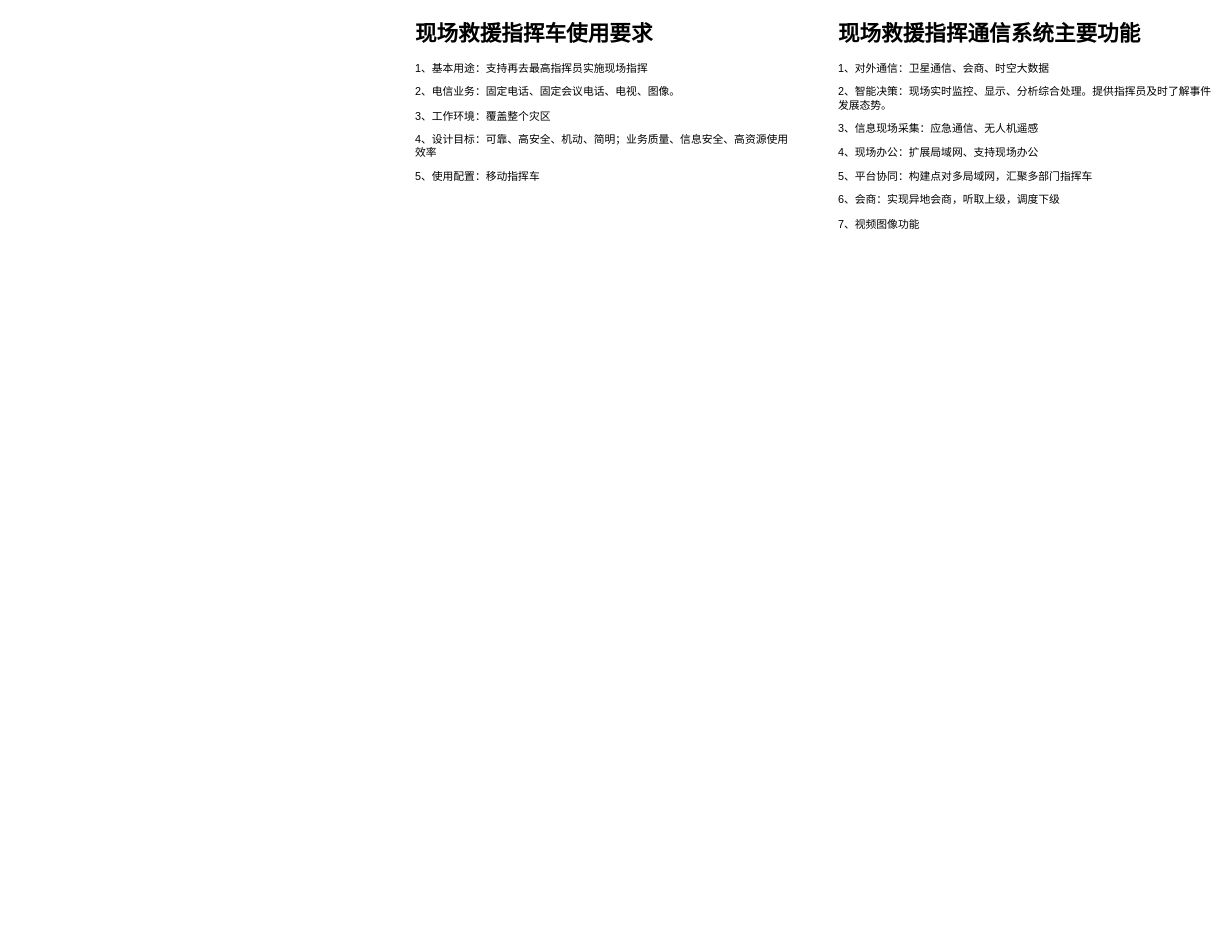
Earlier version of the draw.io diagram 西格玛指挥车架构图.drawio (gaochaowyq/MinderGraph). Source tidied: cells renumbered, new cells numbered last; positions are measured from the earlier drawing's top-left corner, leaving out a move shared by most shapes. Both pictures are drawn from the tidied source at 90%, with x=0, y=0 at pixel (413, 15).
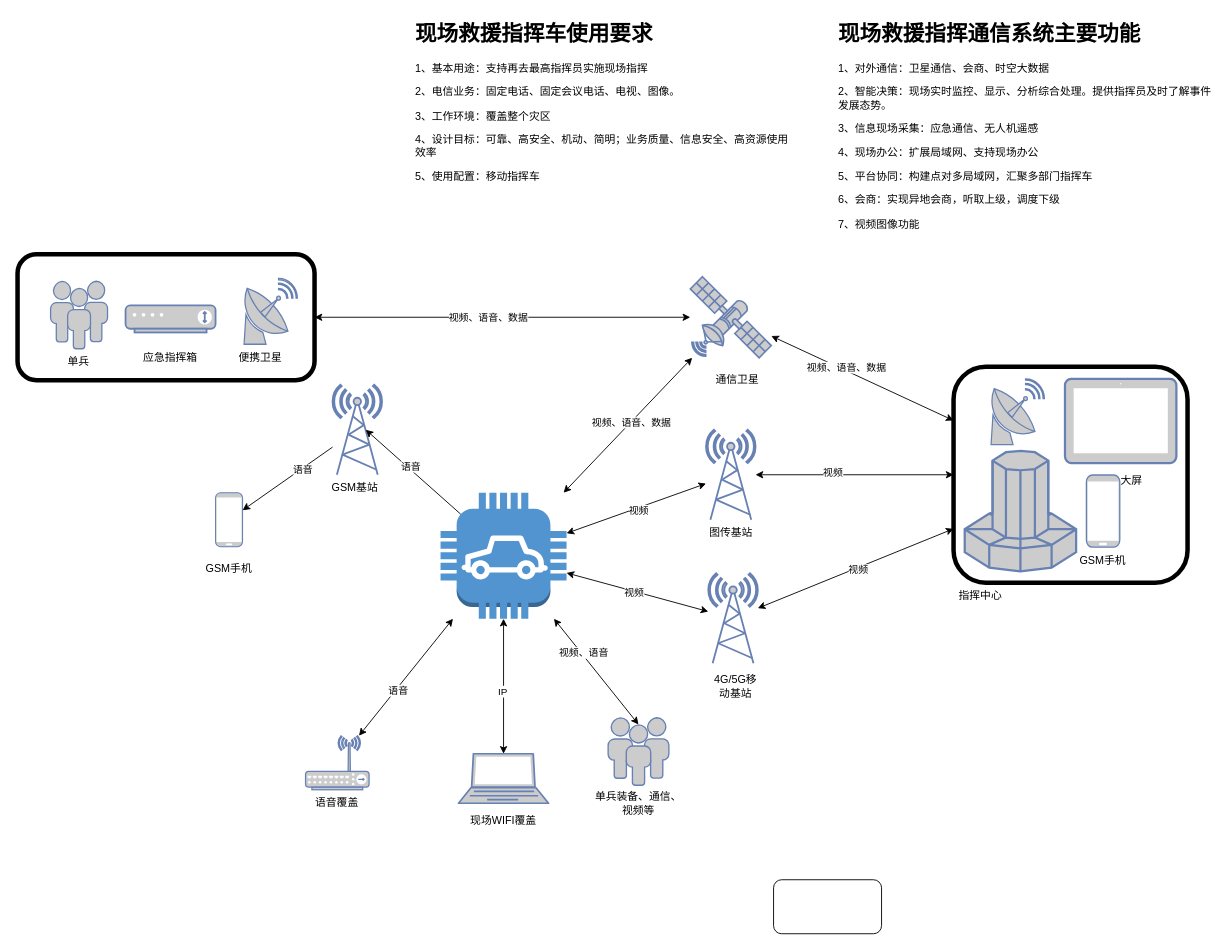
Above is the later version.

Commit message (it also covers changes not shown here):
更新西格玛指挥车架构图.drawio

Diff of the diagram source:
```diff
@@
+    <mxCell id="4" style="rounded=0;jettySize=auto;html=1;startArrow=classic;startFill=1;" parent="1" edge="1" source="12" target="23">
+      <mxGeometry relative="1" as="geometry" />
+    </mxCell>
+    <mxCell id="5" value="视频、语音、数据" style="edgeLabel;html=1;align=center;verticalAlign=middle;" parent="4" vertex="1">
+      <mxGeometry x="0.05" relative="1" as="geometry" />
+    </mxCell>
+    <mxCell id="6" style="rounded=0;jettySize=auto;html=1;startArrow=classic;startFill=1;" parent="1" edge="1" source="12" target="26">
+      <mxGeometry relative="1" as="geometry" />
+    </mxCell>
+    <mxCell id="7" value="视频" style="edgeLabel;html=1;align=center;verticalAlign=middle;" parent="6" vertex="1">
+      <mxGeometry x="0.01" y="-2" relative="1" as="geometry">
+        <mxPoint x="1" as="offset" />
+      </mxGeometry>
+    </mxCell>
+    <mxCell id="8" style="rounded=0;jettySize=auto;html=1;startArrow=classic;startFill=1;" parent="1" edge="1" source="12" target="32">
+      <mxGeometry relative="1" as="geometry" />
+    </mxCell>
+    <mxCell id="9" value="视频" style="edgeLabel;html=1;align=center;verticalAlign=middle;" parent="8" vertex="1">
+      <mxGeometry x="-0.03" y="-1" relative="1" as="geometry">
+        <mxPoint x="-1" as="offset" />
+      </mxGeometry>
+    </mxCell>
+    <mxCell id="10" style="rounded=0;jettySize=auto;html=1;startArrow=classic;startFill=1;" parent="1" edge="1" source="12" target="41">
+      <mxGeometry relative="1" as="geometry" />
+    </mxCell>
+    <mxCell id="11" value="语音" style="edgeLabel;html=1;align=center;verticalAlign=middle;" parent="10" vertex="1">
+      <mxGeometry x="0.2" y="2" relative="1" as="geometry" />
+    </mxCell>
+    <mxCell id="12" style="outlineConnect=0;dashed=0;verticalLabelPosition=bottom;verticalAlign=top;align=center;html=1;shape=mxgraph.aws3.car;fillColor=#5294CF;gradientColor=none;" parent="1" vertex="1">
+      <mxGeometry x="30" y="530" width="140" height="140" as="geometry" />
+    </mxCell>
+    <mxCell id="13" style="rounded=0;jettySize=auto;html=1;" parent="1" edge="1" source="15" target="18">
+      <mxGeometry relative="1" as="geometry" />
+    </mxCell>
+    <mxCell id="14" value="语音" style="edgeLabel;html=1;align=center;verticalAlign=middle;" parent="13" vertex="1">
+      <mxGeometry x="-0.31" y="1" relative="1" as="geometry" />
+    </mxCell>
+    <mxCell id="15" style="fontColor=#0066CC;verticalAlign=top;verticalLabelPosition=bottom;labelPosition=center;align=center;html=1;outlineConnect=0;fillColor=#CCCCCC;strokeColor=#6881B3;gradientColor=none;gradientDirection=north;strokeWidth=2;shape=mxgraph.networks.radio_tower;" parent="1" vertex="1">
+      <mxGeometry x="-90" y="410" width="55" height="100" as="geometry" />
+    </mxCell>
+    <mxCell id="16" style="endArrow=classic;html=1;rounded=0;exitX=0.16;exitY=0.17;exitDx=0;exitDy=0;exitPerimeter=0;entryX=0.67;entryY=0.5;entryDx=0;entryDy=0;entryPerimeter=0;" parent="1" edge="1" source="12" target="15">
+      <mxGeometry relative="1" as="geometry" />
+    </mxCell>
+    <mxCell id="17" value="语音" style="edgeLabel;html=1;align=center;verticalAlign=middle;" parent="16" vertex="1">
+      <mxGeometry x="0.09" y="-3" relative="1" as="geometry" />
+    </mxCell>
+    <mxCell id="18" style="fontColor=#0066CC;verticalAlign=top;verticalLabelPosition=bottom;labelPosition=center;align=center;html=1;outlineConnect=0;fillColor=#CCCCCC;strokeColor=#6881B3;gradientColor=none;gradientDirection=north;strokeWidth=2;shape=mxgraph.networks.mobile;" parent="1" vertex="1">
+      <mxGeometry x="-220" y="530" width="30" height="60" as="geometry" />
+    </mxCell>
+    <mxCell id="19" value="GSM手机" style="text;html=1;align=center;verticalAlign=middle;whiteSpace=wrap;rounded=0;" parent="1" vertex="1">
+      <mxGeometry x="-235" y="600" width="60" height="30" as="geometry" />
+    </mxCell>
+    <mxCell id="20" value="GSM基站" style="text;html=1;align=center;verticalAlign=middle;whiteSpace=wrap;rounded=0;" parent="1" vertex="1">
+      <mxGeometry x="-95" y="510" width="60" height="30" as="geometry" />
+    </mxCell>
+    <mxCell id="21" style="rounded=0;jettySize=auto;html=1;startArrow=classic;startFill=1;" parent="1" edge="1" source="23" target="34">
+      <mxGeometry relative="1" as="geometry" />
+    </mxCell>
+    <mxCell id="22" value="视频、语音、数据" style="edgeLabel;html=1;align=center;verticalAlign=middle;" parent="21" vertex="1">
+      <mxGeometry x="-0.45" y="-3" relative="1" as="geometry">
+        <mxPoint x="29" y="6" as="offset" />
+      </mxGeometry>
+    </mxCell>
+    <mxCell id="23" style="fontColor=#0066CC;verticalAlign=top;verticalLabelPosition=bottom;labelPosition=center;align=center;html=1;outlineConnect=0;fillColor=#CCCCCC;strokeColor=#6881B3;gradientColor=none;gradientDirection=north;strokeWidth=2;shape=mxgraph.networks.satellite;" parent="1" vertex="1">
+      <mxGeometry x="307.5" y="290" width="90" height="90" as="geometry" />
+    </mxCell>
+    <mxCell id="24" style="rounded=0;jettySize=auto;html=1;startArrow=classic;startFill=1;entryX=0;entryY=0.5;entryDx=0;entryDy=0;" parent="1" edge="1" source="26" target="34">
+      <mxGeometry relative="1" as="geometry" />
+    </mxCell>
+    <mxCell id="25" value="视频" style="edgeLabel;html=1;align=center;verticalAlign=middle;" parent="24" vertex="1">
+      <mxGeometry x="-0.23" y="3" relative="1" as="geometry" />
+    </mxCell>
+    <mxCell id="26" style="fontColor=#0066CC;verticalAlign=top;verticalLabelPosition=bottom;labelPosition=center;align=center;html=1;outlineConnect=0;fillColor=#CCCCCC;strokeColor=#6881B3;gradientColor=none;gradientDirection=north;strokeWidth=2;shape=mxgraph.networks.radio_tower;" parent="1" vertex="1">
+      <mxGeometry x="325" y="460" width="55" height="100" as="geometry" />
+    </mxCell>
+    <mxCell id="27" value="指挥中心" style="text;html=1;align=center;verticalAlign=middle;whiteSpace=wrap;rounded=0;" parent="1" vertex="1">
+      <mxGeometry x="600" y="630" width="60" height="30" as="geometry" />
+    </mxCell>
+    <mxCell id="28" value="图传基站" style="text;html=1;align=center;verticalAlign=middle;whiteSpace=wrap;rounded=0;" parent="1" vertex="1">
+      <mxGeometry x="322.5" y="560" width="60" height="30" as="geometry" />
+    </mxCell>
+    <mxCell id="29" value="&lt;div&gt;4G/5G移动基站&lt;/div&gt;" style="text;html=1;align=center;verticalAlign=middle;whiteSpace=wrap;rounded=0;" parent="1" vertex="1">
+      <mxGeometry x="327.5" y="730" width="60" height="30" as="geometry" />
+    </mxCell>
+    <mxCell id="30" style="rounded=0;jettySize=auto;html=1;startArrow=classic;startFill=1;entryX=0;entryY=0.75;entryDx=0;entryDy=0;" parent="1" edge="1" source="32" target="34">
+      <mxGeometry relative="1" as="geometry" />
+    </mxCell>
+    <mxCell id="31" value="视频" style="edgeLabel;html=1;align=center;verticalAlign=middle;" parent="30" vertex="1">
+      <mxGeometry x="0.01" y="-2" relative="1" as="geometry" />
+    </mxCell>
+    <mxCell id="32" style="fontColor=#0066CC;verticalAlign=top;verticalLabelPosition=bottom;labelPosition=center;align=center;html=1;outlineConnect=0;fillColor=#CCCCCC;strokeColor=#6881B3;gradientColor=none;gradientDirection=north;strokeWidth=2;shape=mxgraph.networks.radio_tower;" parent="1" vertex="1">
+      <mxGeometry x="327.5" y="619.5" width="55" height="100" as="geometry" />
+    </mxCell>
+    <mxCell id="33" value="通信卫星" style="text;html=1;align=center;verticalAlign=middle;whiteSpace=wrap;rounded=0;" parent="1" vertex="1">
+      <mxGeometry x="330" y="390" width="60" height="30" as="geometry" />
+    </mxCell>
+    <mxCell id="34" style="group;fillColor=default;strokeColor=default;strokeWidth=5;rounded=1;" parent="1" vertex="1">
+      <mxGeometry x="600" y="390" width="260" height="240" as="geometry" />
+    </mxCell>
+    <mxCell id="35" style="fontColor=#0066CC;verticalAlign=top;verticalLabelPosition=bottom;labelPosition=center;align=center;html=1;fillColor=#CCCCCC;strokeColor=#6881B3;gradientColor=none;gradientDirection=north;strokeWidth=2;shape=mxgraph.networks.supercomputer;" parent="34" vertex="1">
+      <mxGeometry x="12.4" y="93.6" width="123.8" height="133.7" as="geometry" />
+    </mxCell>
+    <mxCell id="36" style="fontColor=#0066CC;verticalAlign=top;verticalLabelPosition=bottom;labelPosition=center;align=center;html=1;fillColor=#CCCCCC;strokeColor=#6881B3;gradientColor=none;gradientDirection=north;strokeWidth=2;shape=mxgraph.networks.satellite_dish;" parent="34" vertex="1">
+      <mxGeometry x="40" y="13.4" width="60.9" height="73.1" as="geometry" />
+    </mxCell>
+    <mxCell id="37" style="fontColor=#0066CC;verticalAlign=top;verticalLabelPosition=bottom;labelPosition=center;align=center;html=1;fillColor=#CCCCCC;strokeColor=#6881B3;gradientColor=none;gradientDirection=north;strokeWidth=2;shape=mxgraph.networks.tablet;" parent="34" vertex="1">
+      <mxGeometry x="123.8" y="13.4" width="123.8" height="93.6" as="geometry" />
+    </mxCell>
+    <mxCell id="38" style="fontColor=#0066CC;verticalAlign=top;verticalLabelPosition=bottom;labelPosition=center;align=center;html=1;fillColor=#CCCCCC;strokeColor=#6881B3;gradientColor=none;gradientDirection=north;strokeWidth=2;shape=mxgraph.networks.mobile;" parent="34" vertex="1">
+      <mxGeometry x="147.6" y="120.3" width="37.1" height="80.2" as="geometry" />
+    </mxCell>
+    <mxCell id="39" value="大屏" style="text;html=1;align=center;verticalAlign=middle;whiteSpace=wrap;rounded=0;" parent="34" vertex="1">
+      <mxGeometry x="136.2" y="107" width="123.8" height="40.1" as="geometry" />
+    </mxCell>
+    <mxCell id="40" value="GSM手机" style="text;html=1;align=center;verticalAlign=middle;whiteSpace=wrap;rounded=0;" parent="34" vertex="1">
+      <mxGeometry x="136.2" y="200.6" width="60" height="30" as="geometry" />
+    </mxCell>
+    <mxCell id="41" style="fontColor=#0066CC;verticalAlign=top;verticalLabelPosition=bottom;labelPosition=center;align=center;html=1;outlineConnect=0;fillColor=#CCCCCC;strokeColor=#6881B3;gradientColor=none;gradientDirection=north;strokeWidth=2;shape=mxgraph.networks.wireless_hub;" parent="1" vertex="1">
+      <mxGeometry x="-120" y="800" width="70.6" height="60" as="geometry" />
+    </mxCell>
+    <mxCell id="42" value="语音覆盖" style="text;html=1;align=center;verticalAlign=middle;whiteSpace=wrap;rounded=0;" parent="1" vertex="1">
+      <mxGeometry x="-120" y="860" width="70" height="30" as="geometry" />
+    </mxCell>
+    <mxCell id="43" style="fontColor=#0066CC;verticalAlign=top;verticalLabelPosition=bottom;labelPosition=center;align=center;html=1;outlineConnect=0;fillColor=#CCCCCC;strokeColor=#6881B3;gradientColor=none;gradientDirection=north;strokeWidth=2;shape=mxgraph.networks.laptop;" parent="1" vertex="1">
+      <mxGeometry x="50" y="820" width="100" height="55" as="geometry" />
+    </mxCell>
+    <mxCell id="44" value="现场WIFI覆盖" style="text;html=1;align=center;verticalAlign=middle;whiteSpace=wrap;rounded=0;" parent="1" vertex="1">
+      <mxGeometry x="50" y="880" width="100" height="30" as="geometry" />
+    </mxCell>
+    <mxCell id="45" style="rounded=0;jettySize=auto;html=1;entryX=0.5;entryY=0;entryDx=0;entryDy=0;entryPerimeter=0;startArrow=classic;startFill=1;" parent="1" edge="1" source="12" target="43">
+      <mxGeometry relative="1" as="geometry" />
+    </mxCell>
+    <mxCell id="46" value="IP" style="edgeLabel;html=1;align=center;verticalAlign=middle;" parent="45" vertex="1">
+      <mxGeometry x="0.06" y="-2" relative="1" as="geometry" />
+    </mxCell>
+    <mxCell id="47" style="fontColor=#0066CC;verticalAlign=top;verticalLabelPosition=bottom;labelPosition=center;align=center;html=1;outlineConnect=0;fillColor=#CCCCCC;strokeColor=#6881B3;gradientColor=none;gradientDirection=north;strokeWidth=2;shape=mxgraph.networks.users;" parent="1" vertex="1">
+      <mxGeometry x="216.2" y="780" width="67.5" height="75" as="geometry" />
+    </mxCell>
+    <mxCell id="48" style="rounded=0;jettySize=auto;html=1;entryX=0.5;entryY=0.1;entryDx=0;entryDy=0;entryPerimeter=0;startArrow=classic;startFill=1;" parent="1" edge="1" source="12" target="47">
+      <mxGeometry relative="1" as="geometry" />
+    </mxCell>
+    <mxCell id="49" value="视频、语音" style="edgeLabel;html=1;align=center;verticalAlign=middle;" parent="48" vertex="1">
+      <mxGeometry x="-0.33" y="2" relative="1" as="geometry" />
+    </mxCell>
+    <mxCell id="50" value="单兵装备、通信、视频等" style="text;html=1;align=center;verticalAlign=middle;whiteSpace=wrap;rounded=0;" parent="1" vertex="1">
+      <mxGeometry x="200" y="860" width="100" height="30" as="geometry" />
+    </mxCell>
+    <mxCell id="51" style="rounded=0;jettySize=auto;html=1;startArrow=classic;startFill=1;" parent="1" edge="1" source="53" target="23">
+      <mxGeometry relative="1" as="geometry" />
+    </mxCell>
+    <mxCell id="52" value="视频、语音、数据" style="edgeLabel;html=1;align=center;verticalAlign=middle;" parent="51" vertex="1">
+      <mxGeometry x="-0.08" relative="1" as="geometry" />
+    </mxCell>
+    <mxCell id="53" style="rounded=1;whiteSpace=wrap;html=1;fillColor=none;noLabel=0;strokeWidth=5;" parent="1" vertex="1">
+      <mxGeometry x="-440" y="265" width="330" height="140" as="geometry" />
+    </mxCell>
+    <mxCell id="54" style="fontColor=#0066CC;verticalAlign=top;verticalLabelPosition=bottom;labelPosition=center;align=center;html=1;fillColor=#CCCCCC;strokeColor=#6881B3;gradientColor=none;gradientDirection=north;strokeWidth=2;shape=mxgraph.networks.users;" parent="53" vertex="1">
+      <mxGeometry x="36.7" y="30" width="63.3" height="75" as="geometry" />
+    </mxCell>
+    <mxCell id="55" style="fontColor=#0066CC;verticalAlign=top;verticalLabelPosition=bottom;labelPosition=center;align=center;html=1;fillColor=#CCCCCC;strokeColor=#6881B3;gradientColor=none;gradientDirection=north;strokeWidth=2;shape=mxgraph.networks.satellite_dish;" parent="53" vertex="1">
+      <mxGeometry x="250" y="26.9" width="60.9" height="73.1" as="geometry" />
+    </mxCell>
+    <mxCell id="56" style="fontColor=#0066CC;verticalAlign=top;verticalLabelPosition=bottom;labelPosition=center;align=center;html=1;fillColor=#CCCCCC;strokeColor=#6881B3;gradientColor=none;gradientDirection=north;strokeWidth=2;shape=mxgraph.networks.modem;" parent="53" vertex="1">
+      <mxGeometry x="120" y="56.9" width="100" height="30" as="geometry" />
+    </mxCell>
+    <mxCell id="57" value="便携卫星" style="text;html=1;align=center;verticalAlign=middle;whiteSpace=wrap;rounded=0;" parent="53" vertex="1">
+      <mxGeometry x="240" y="100" width="60" height="30" as="geometry" />
+    </mxCell>
+    <mxCell id="58" value="应急指挥箱" style="text;html=1;align=center;verticalAlign=middle;whiteSpace=wrap;rounded=0;" parent="53" vertex="1">
+      <mxGeometry x="120" y="100" width="100" height="30" as="geometry" />
+    </mxCell>
+    <mxCell id="59" value="单兵" style="text;html=1;align=center;verticalAlign=middle;whiteSpace=wrap;rounded=0;" parent="53" vertex="1">
+      <mxGeometry x="18.3" y="105" width="100" height="30" as="geometry" />
+    </mxCell>
+    <mxCell id="60" style="rounded=1;whiteSpace=wrap;html=1;" parent="1" vertex="1">
+      <mxGeometry x="400" y="960" width="120" height="60" as="geometry" />
+    </mxCell>
```
